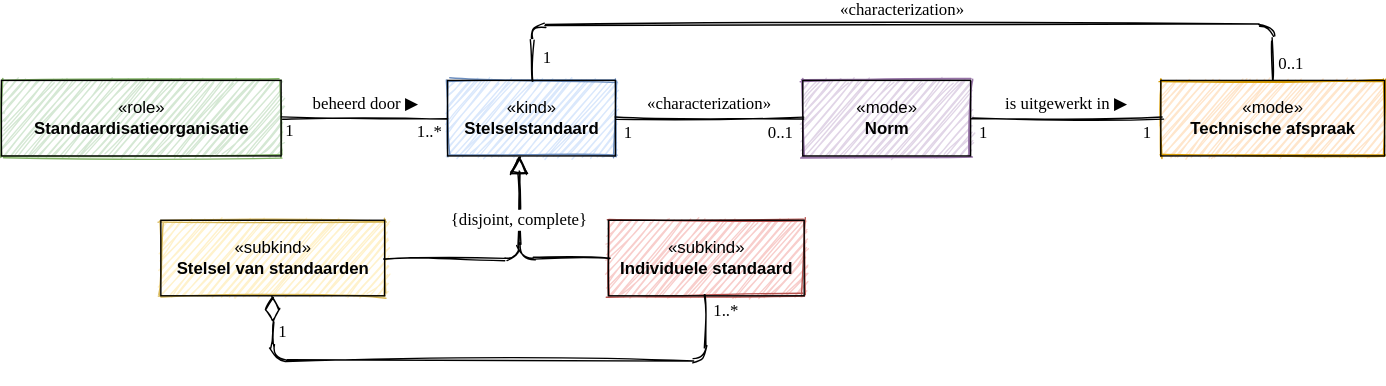
The draw.io diagram .gitbook/assets/organization/standorg-onto.svg in dizra/docs, before a commit. Source tidied: cells renumbered, new cells last; positions are measured from the earlier drawing's top-left corner, leaving out a move shared by most shapes.
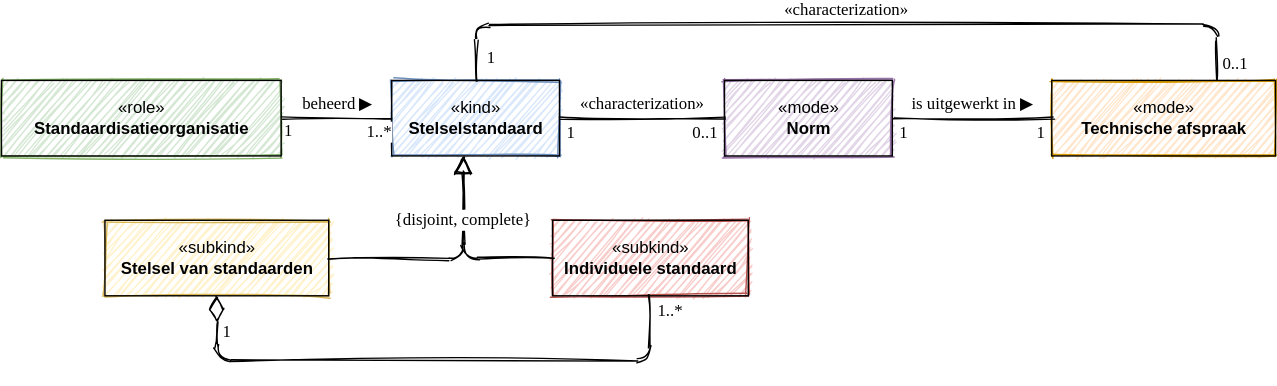
The same diagram one commit later.

What changed in the source:
```diff
@@ -9,19 +9,19 @@
       <mxGeometry width="120" height="54" as="geometry" />
     </mxCell>
     <mxCell id="4" style="fontStyle=0;align=center;verticalAlign=top;horizontal=1;startSize=49;labelBackgroundColor=none;fillColor=#e1d5e7;strokeColor=#9673a6;sketch=1;" parent="1" vertex="1">
-      <mxGeometry x="573" y="40" width="120" height="54" as="geometry" />
+      <mxGeometry x="557" y="40" width="120" height="54" as="geometry" />
     </mxCell>
     <mxCell id="5" value="&lt;span&gt;«mode»&lt;br&gt;&lt;b&gt;Norm&lt;/b&gt;&lt;/span&gt;" style="html=1;fillColor=none;labelBackgroundColor=none;" parent="4" vertex="1">
       <mxGeometry width="120" height="54" as="geometry" />
     </mxCell>
     <mxCell id="6" style="fontStyle=0;align=center;verticalAlign=top;horizontal=1;startSize=49;labelBackgroundColor=none;fillColor=#d5e8d4;strokeColor=#82b366;sketch=1;" parent="1" vertex="1">
-      <mxGeometry y="40" width="200" height="54" as="geometry" />
+      <mxGeometry x="40" y="40" width="200" height="54" as="geometry" />
     </mxCell>
     <mxCell id="7" value="&lt;span&gt;«role»&lt;br&gt;&lt;b&gt;Standaardisatieorganisatie&lt;/b&gt;&lt;/span&gt;" style="html=1;fillColor=none;labelBackgroundColor=none;" parent="6" vertex="1">
       <mxGeometry width="200" height="54" as="geometry" />
     </mxCell>
     <mxCell id="8" style="fontStyle=0;align=center;verticalAlign=top;horizontal=1;startSize=49;labelBackgroundColor=none;fillColor=#ffe6cc;strokeColor=#d79b00;sketch=1;" parent="1" vertex="1">
-      <mxGeometry x="829" y="40" width="160" height="54" as="geometry" />
+      <mxGeometry x="791" y="40" width="160" height="54" as="geometry" />
     </mxCell>
     <mxCell id="9" value="&lt;span&gt;«mode»&lt;br&gt;&lt;b&gt;Technische afspraak&lt;/b&gt;&lt;/span&gt;" style="html=1;fillColor=none;labelBackgroundColor=none;" parent="8" vertex="1">
       <mxGeometry width="160" height="54" as="geometry" />
@@ -114,7 +114,7 @@
         <mxPoint x="10" y="6" as="offset" />
       </mxGeometry>
     </mxCell>
-    <mxCell id="28" value="beheerd door ▶︎" style="endArrow=none;endSize=10;endFill=0;html=1;fontFamily=Tahoma;fontSize=12;fontColor=#000000;edgeStyle=orthogonalEdgeStyle;sketch=1;" parent="1" edge="1" source="7" target="3">
+    <mxCell id="28" value="beheerd ▶︎" style="endArrow=none;endSize=10;endFill=0;html=1;fontFamily=Tahoma;fontSize=12;fontColor=#000000;edgeStyle=orthogonalEdgeStyle;sketch=1;" parent="1" edge="1" source="7" target="3">
       <mxGeometry y="10" relative="1" as="geometry" />
     </mxCell>
     <mxCell id="29" value="1..*" style="text;html=1;align=center;verticalAlign=middle;labelBackgroundColor=#ffffff;fontSize=12;fontFamily=Tahoma;fontColor=#000000;" parent="28" vertex="1">
```
